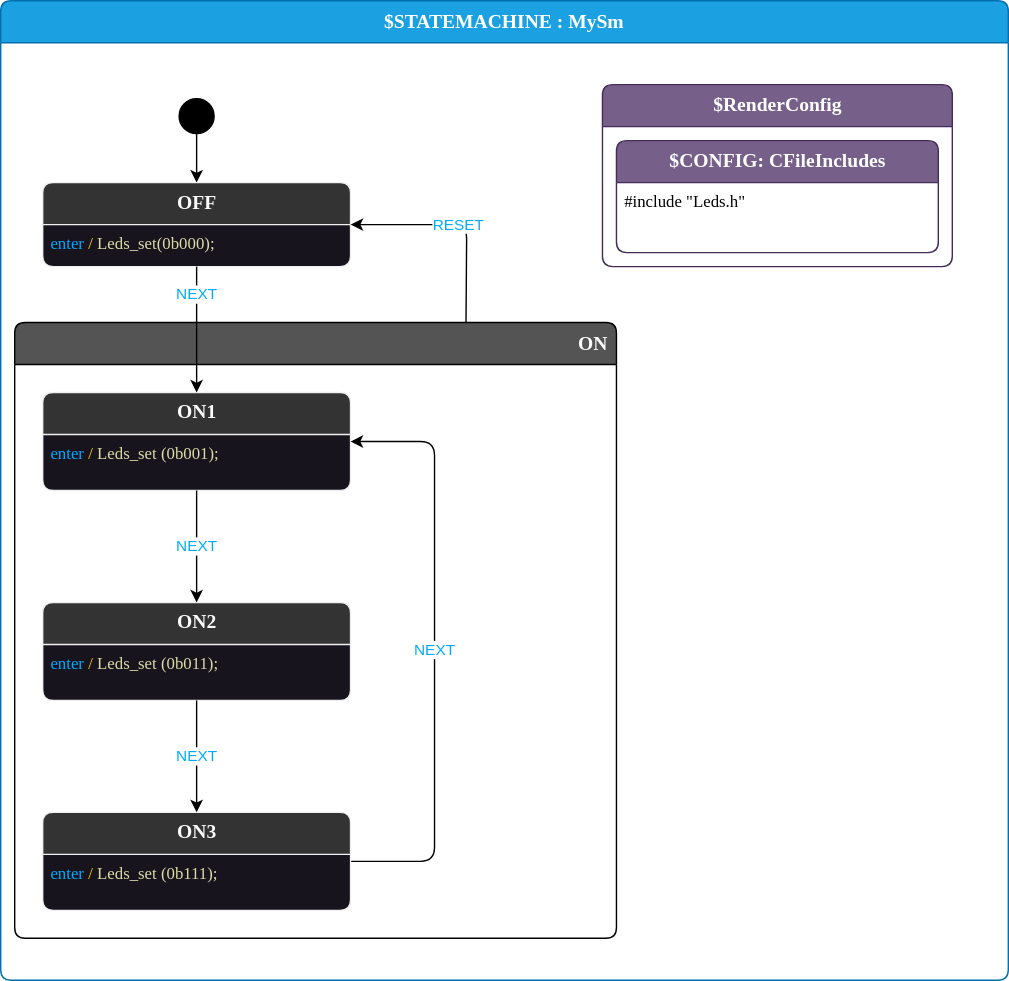
Above: logging-simple-1/MySm.drawio.svg in StateSmith/StateSmith-examples (draw.io), before the change. Source tidied: cells renumbered, new cells last; positions are measured from the earlier drawing's top-left corner, leaving out a move shared by most shapes.
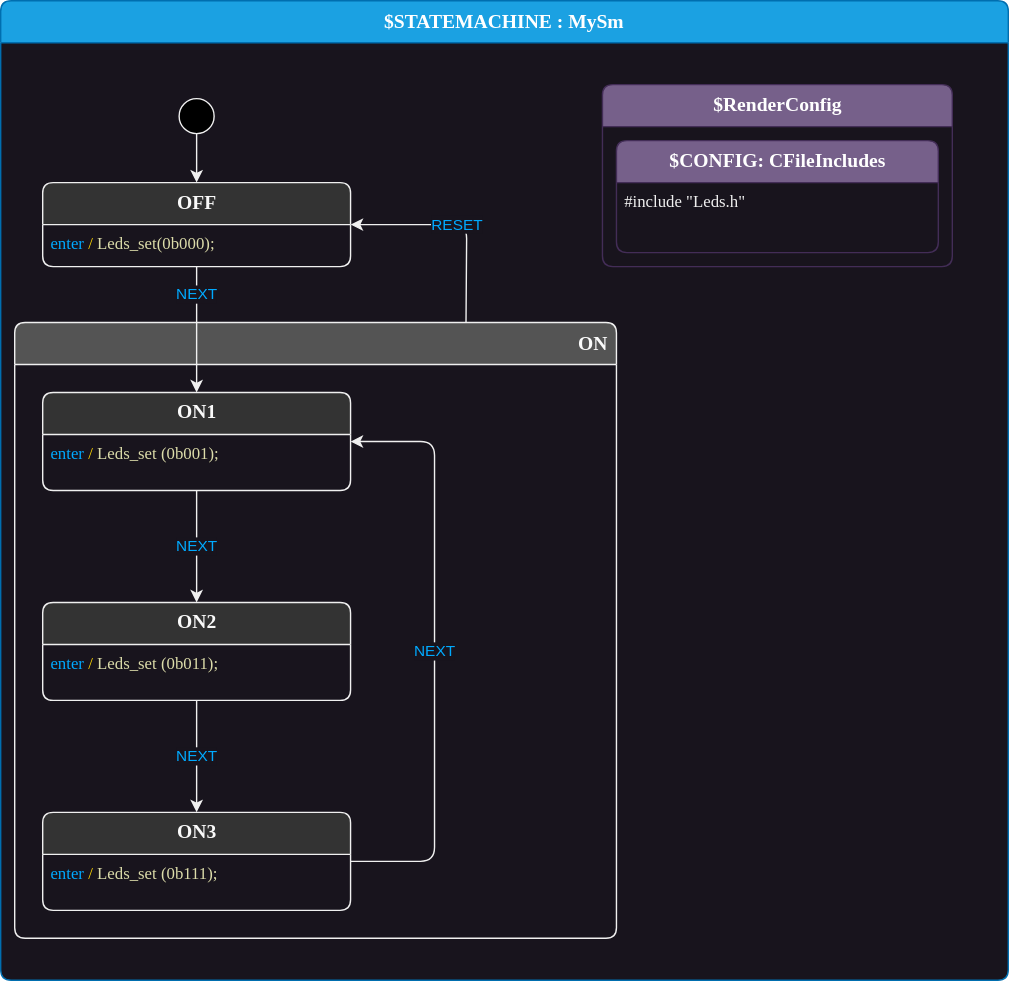
After the change.

Commit message:
dark mode updates

Diff of the diagram source:
```diff
@@ -2,13 +2,13 @@
   <root>
     <mxCell id="0" />
     <mxCell id="1" parent="0" />
-    <mxCell id="2" value="$STATEMACHINE : MySm" style="shape=swimlane;align=center;verticalAlign=top;fontFamily=Lucida Console;startSize=30;fontSize=14;fontStyle=1;fontColor=#ffffff;fillColor=#1ba1e2;swimlaneFillColor=default;rounded=1;arcSize=15;absoluteArcSize=1;strokeColor=#006EAF;" parent="1" vertex="1">
+    <mxCell id="2" value="$STATEMACHINE : MySm" style="shape=swimlane;align=center;verticalAlign=top;fontFamily=Lucida Console;startSize=30;fontSize=14;fontStyle=1;fontColor=#ffffff;fillColor=#1ba1e2;swimlaneFillColor=#18141D;rounded=1;arcSize=15;absoluteArcSize=1;strokeColor=#006EAF;" parent="1" vertex="1">
       <mxGeometry width="720" height="700" as="geometry" />
     </mxCell>
     <mxCell id="3" value=" " style="fontFamily=Lucida Console;align=left;verticalAlign=top;fillColor=none;gradientColor=none;strokeColor=none;rounded=0;spacingLeft=4;" parent="2" vertex="1">
       <mxGeometry y="30" width="30" height="20" as="geometry" />
     </mxCell>
-    <mxCell id="4" parent="2" edge="1" source="7" target="5">
+    <mxCell id="4" style="strokeColor=#F0F0F0;labelBackgroundColor=#18141D;" parent="2" edge="1" source="7" target="5">
       <mxGeometry relative="1" as="geometry" />
     </mxCell>
     <mxCell id="5" value="OFF" style="shape=swimlane;align=center;verticalAlign=top;fontFamily=Lucida Console;startSize=30;fontSize=14;fontStyle=1;swimlaneFillColor=#18141d;html=1;rounded=1;arcSize=15;absoluteArcSize=1;fillColor=#333333;fontColor=#FAFAFA;strokeColor=#F0F0F0;points=[[0,0,0,0,0],[0,0.25,0,0,0],[0,0.5,0,0,0],[0,0.75,0,0,0],[0,1,0,0,0],[0.06,1,0,0,0],[0.13,1,0,0,0],[0.19,1,0,0,0],[0.25,0,0,0,0],[0.25,1,0,0,0],[0.31,1,0,0,0],[0.38,1,0,0,0],[0.44,1,0,0,0],[0.5,0,0,0,0],[0.5,1,0,0,0],[0.56,1,0,0,0],[0.63,1,0,0,0],[0.69,1,0,0,0],[0.75,0,0,0,0],[0.75,1,0,0,0],[0.81,1,0,0,0],[0.88,1,0,0,0],[0.94,1,0,0,0],[1,0,0,0,0],[1,0.25,0,0,0],[1,0.5,0,0,0],[1,0.75,0,0,0],[1,1,0,0,0]];" parent="2" vertex="1">
@@ -17,17 +17,17 @@
     <mxCell id="6" value="&lt;font color=&quot;#00aaff&quot;&gt;enter &lt;/font&gt;&lt;font color=&quot;#ffd700&quot;&gt;/&lt;/font&gt;&lt;font color=&quot;#dcdcaa&quot;&gt;&amp;nbsp;Leds_set(0b000);&lt;/font&gt;" style="fontFamily=Lucida Console;align=left;verticalAlign=top;fillColor=none;gradientColor=none;strokeColor=none;rounded=0;spacingLeft=4;html=1;" parent="5" vertex="1">
       <mxGeometry y="30" width="200" height="30" as="geometry" />
     </mxCell>
-    <mxCell id="7" value="$initial_state" style="shape=ellipse;fillColor=#000000;noLabel=1;" parent="2" vertex="1">
+    <mxCell id="7" value="$initial_state" style="shape=ellipse;fillColor=#000000;noLabel=1;strokeColor=#F0F0F0;" parent="2" vertex="1">
       <mxGeometry x="127.5" y="70" width="25" height="25" as="geometry" />
     </mxCell>
-    <mxCell id="8" value="RESET" style="edgeStyle=none;html=1;exitX=0.75;exitY=0;exitDx=0;exitDy=0;entryX=1;entryY=0.5;entryDx=0;entryDy=0;entryPerimeter=0;fontColor=#00AAFF;" parent="2" edge="1" source="9" target="5">
+    <mxCell id="8" value="RESET" style="edgeStyle=none;html=1;exitX=0.75;exitY=0;exitDx=0;exitDy=0;entryX=1;entryY=0.5;entryDx=0;entryDy=0;entryPerimeter=0;fontColor=#00AAFF;strokeColor=#F0F0F0;labelBackgroundColor=#18141D;" parent="2" edge="1" source="9" target="5">
       <mxGeometry relative="1" as="geometry">
         <Array as="points">
           <mxPoint x="333" y="160" />
         </Array>
       </mxGeometry>
     </mxCell>
-    <mxCell id="9" value="ON" style="shape=swimlane;align=right;verticalAlign=top;fontFamily=Lucida Console;startSize=30;fontSize=14;fontStyle=1;fontColor=#FAFAFA;fillColor=#545454;swimlaneFillColor=default;rounded=1;arcSize=15;absoluteArcSize=1;spacingRight=4;" parent="2" vertex="1">
+    <mxCell id="9" value="ON" style="shape=swimlane;align=right;verticalAlign=top;fontFamily=Lucida Console;startSize=30;fontSize=14;fontStyle=1;fontColor=#FAFAFA;fillColor=#545454;swimlaneFillColor=#18141D;rounded=1;arcSize=15;absoluteArcSize=1;spacingRight=4;strokeColor=#F0F0F0;" parent="2" vertex="1">
       <mxGeometry x="10" y="230" width="430" height="440" as="geometry" />
     </mxCell>
     <mxCell id="10" value=" " style="fontFamily=Lucida Console;align=left;verticalAlign=top;fillColor=none;gradientColor=none;strokeColor=none;rounded=0;spacingLeft=4;" parent="9" vertex="1">
@@ -45,10 +45,10 @@
     <mxCell id="14" value="&lt;font color=&quot;#00aaff&quot;&gt;enter&amp;nbsp;&lt;/font&gt;&lt;font color=&quot;#ffd700&quot;&gt;/&lt;/font&gt;&lt;font color=&quot;#dcdcaa&quot;&gt;&amp;nbsp;&lt;/font&gt;&lt;span style=&quot;color: rgb(220, 220, 170);&quot;&gt;Leds_set&lt;/span&gt;&lt;font color=&quot;#dcdcaa&quot;&gt;(0b011);&lt;/font&gt;&lt;font color=&quot;#dcdcaa&quot;&gt;&lt;br&gt;&lt;/font&gt;" style="fontFamily=Lucida Console;align=left;verticalAlign=top;fillColor=none;gradientColor=none;strokeColor=none;rounded=0;spacingLeft=4;html=1;" parent="13" vertex="1">
       <mxGeometry y="30" width="200" height="30" as="geometry" />
     </mxCell>
-    <mxCell id="15" value="NEXT" style="edgeStyle=none;html=1;fontColor=#00AAFF;" parent="9" edge="1" source="11" target="13">
+    <mxCell id="15" value="NEXT" style="edgeStyle=none;html=1;fontColor=#00AAFF;strokeColor=#F0F0F0;labelBackgroundColor=#18141D;" parent="9" edge="1" source="11" target="13">
       <mxGeometry relative="1" as="geometry" />
     </mxCell>
-    <mxCell id="16" value="NEXT" style="edgeStyle=none;html=1;exitX=1;exitY=0.5;exitDx=0;exitDy=0;exitPerimeter=0;entryX=1;entryY=0.5;entryDx=0;entryDy=0;entryPerimeter=0;fontColor=#00AAFF;" parent="9" edge="1" source="17" target="11">
+    <mxCell id="16" value="NEXT" style="edgeStyle=none;html=1;exitX=1;exitY=0.5;exitDx=0;exitDy=0;exitPerimeter=0;entryX=1;entryY=0.5;entryDx=0;entryDy=0;entryPerimeter=0;fontColor=#00AAFF;strokeColor=#F0F0F0;labelBackgroundColor=#18141D;" parent="9" edge="1" source="17" target="11">
       <mxGeometry relative="1" as="geometry">
         <Array as="points">
           <mxPoint x="300" y="385" />
@@ -62,22 +62,22 @@
     <mxCell id="18" value="&lt;font color=&quot;#00aaff&quot;&gt;enter&amp;nbsp;&lt;/font&gt;&lt;font color=&quot;#ffd700&quot;&gt;/&lt;/font&gt;&lt;font color=&quot;#dcdcaa&quot;&gt;&amp;nbsp;&lt;/font&gt;&lt;span style=&quot;color: rgb(220, 220, 170);&quot;&gt;Leds_set&lt;/span&gt;&lt;font color=&quot;#dcdcaa&quot;&gt;(0b111);&lt;/font&gt;&lt;font color=&quot;#dcdcaa&quot;&gt;&lt;br&gt;&lt;/font&gt;" style="fontFamily=Lucida Console;align=left;verticalAlign=top;fillColor=none;gradientColor=none;strokeColor=none;rounded=0;spacingLeft=4;html=1;" parent="17" vertex="1">
       <mxGeometry y="30" width="200" height="30" as="geometry" />
     </mxCell>
-    <mxCell id="19" value="NEXT" style="edgeStyle=none;html=1;fontColor=#00AAFF;" parent="9" edge="1" source="13" target="17">
+    <mxCell id="19" value="NEXT" style="edgeStyle=none;html=1;fontColor=#00AAFF;strokeColor=#F0F0F0;labelBackgroundColor=#18141D;" parent="9" edge="1" source="13" target="17">
       <mxGeometry relative="1" as="geometry" />
     </mxCell>
-    <mxCell id="20" value="NEXT" style="edgeStyle=none;html=1;fontColor=#00AAFF;" parent="2" edge="1" source="5" target="11">
+    <mxCell id="20" value="NEXT" style="edgeStyle=none;html=1;fontColor=#00AAFF;strokeColor=#F0F0F0;labelBackgroundColor=#18141D;" parent="2" edge="1" source="5" target="11">
       <mxGeometry x="-0.56" relative="1" as="geometry" />
     </mxCell>
-    <mxCell id="21" value="$RenderConfig" style="shape=swimlane;align=center;verticalAlign=top;fontFamily=Lucida Console;startSize=30;fontSize=14;fontStyle=1;swimlaneFillColor=default;html=1;rounded=1;arcSize=15;absoluteArcSize=1;fillColor=#76608a;strokeColor=#432D57;fontColor=#ffffff;" parent="2" vertex="1">
+    <mxCell id="21" value="$RenderConfig" style="shape=swimlane;align=center;verticalAlign=top;fontFamily=Lucida Console;startSize=30;fontSize=14;fontStyle=1;swimlaneFillColor=#18141D;html=1;rounded=1;arcSize=15;absoluteArcSize=1;fillColor=#76608a;strokeColor=#432D57;fontColor=#ffffff;labelBackgroundColor=none;" parent="2" vertex="1">
       <mxGeometry x="430" y="60" width="250" height="130" as="geometry" />
     </mxCell>
     <mxCell id="22" style="fontFamily=Lucida Console;align=left;verticalAlign=top;fillColor=none;gradientColor=none;strokeColor=none;rounded=0;spacingLeft=4;fontColor=#00AAFF;" parent="21" vertex="1">
       <mxGeometry y="30" width="50" height="40" as="geometry" />
     </mxCell>
-    <mxCell id="23" value="$CONFIG: CFileIncludes" style="shape=swimlane;align=center;verticalAlign=top;fontFamily=Lucida Console;startSize=30;fontSize=14;fontStyle=1;swimlaneFillColor=default;html=1;rounded=1;arcSize=15;absoluteArcSize=1;fillColor=#76608a;fontColor=#ffffff;strokeColor=#432D57;" parent="21" vertex="1">
+    <mxCell id="23" value="$CONFIG: CFileIncludes" style="shape=swimlane;align=center;verticalAlign=top;fontFamily=Lucida Console;startSize=30;fontSize=14;fontStyle=1;swimlaneFillColor=#18141D;html=1;rounded=1;arcSize=15;absoluteArcSize=1;fillColor=#76608a;fontColor=#ffffff;strokeColor=#432D57;labelBackgroundColor=none;" parent="21" vertex="1">
       <mxGeometry x="10" y="40" width="230" height="80" as="geometry" />
     </mxCell>
-    <mxCell id="24" value="#include &quot;Leds.h&quot;" style="fontFamily=Lucida Console;align=left;verticalAlign=top;fillColor=none;gradientColor=none;strokeColor=none;rounded=0;spacingLeft=4;fontColor=default;" parent="23" vertex="1">
+    <mxCell id="24" value="#include &quot;Leds.h&quot;" style="fontFamily=Lucida Console;align=left;verticalAlign=top;fillColor=none;gradientColor=none;strokeColor=none;rounded=0;spacingLeft=4;fontColor=#F0F0F0;" parent="23" vertex="1">
       <mxGeometry y="30" width="150" height="30" as="geometry" />
     </mxCell>
   </root>
```
